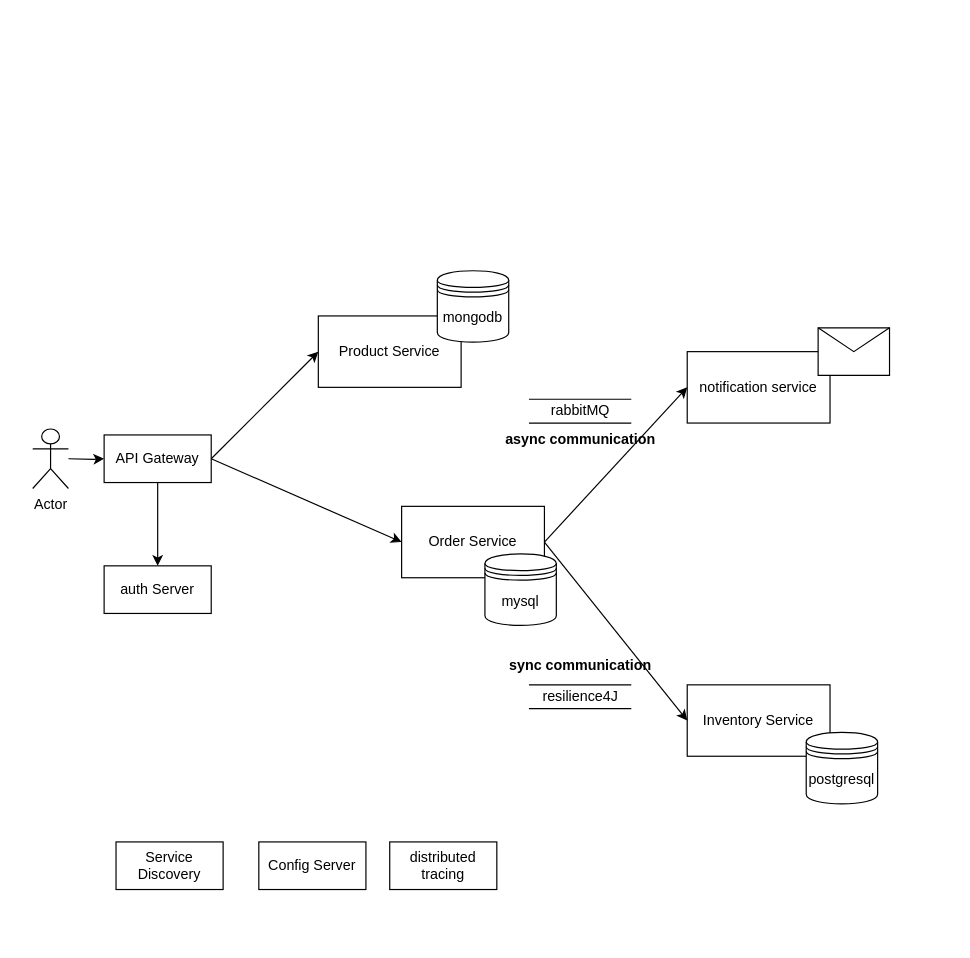
Earlier version of the draw.io diagram poc_microservice.drawio (shreeram09/example_repo). Source tidied: cells renumbered, new cells numbered last; positions are measured from the earlier drawing's top-left corner, leaving out a move shared by most shapes. Both pictures are drawn from the tidied source at 119%, with x=0, y=0 at pixel (32, 270).
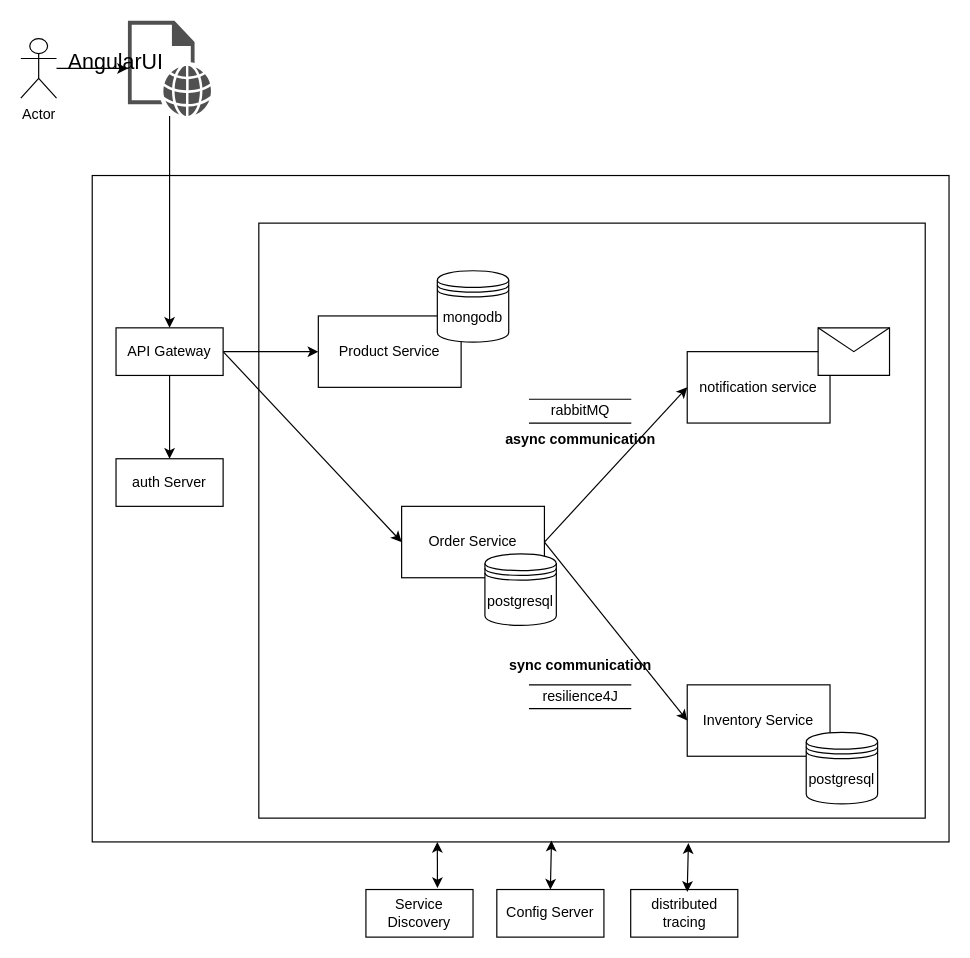
The same diagram, later.

What changed in the source:
```diff
@@
-    <mxCell id="2" style="edgeStyle=orthogonalEdgeStyle;rounded=0;jettySize=auto;html=1;" parent="1" edge="1" target="5">
-      <mxGeometry relative="1" as="geometry">
-        <mxPoint x="30" y="158" as="sourcePoint" />
-      </mxGeometry>
-    </mxCell>
+    <mxCell id="26" style="rounded=0;whiteSpace=wrap;html=1;" parent="1" vertex="1">
+      <mxGeometry x="50" y="-80" width="720" height="560" as="geometry" />
+    </mxCell>
+    <mxCell id="27" style="rounded=0;whiteSpace=wrap;html=1;" parent="1" vertex="1">
+      <mxGeometry x="190" y="-40" width="560" height="500" as="geometry" />
+    </mxCell>
+    <mxCell id="28" style="edgeStyle=orthogonalEdgeStyle;rounded=0;jettySize=auto;html=1;" parent="1" edge="1" source="3" target="29">
+      <mxGeometry relative="1" as="geometry" />
+    </mxCell>
     <mxCell id="3" value="Actor" style="shape=umlActor;verticalLabelPosition=bottom;verticalAlign=top;html=1;outlineConnect=0;" parent="1" vertex="1">
-      <mxGeometry y="133" width="30" height="50" as="geometry" />
+      <mxGeometry x="-10" y="-195" width="30" height="50" as="geometry" />
     </mxCell>
@@
-    <mxCell id="5" value="API Gateway" style="rounded=0;whiteSpace=wrap;html=1;" parent="1" vertex="1">
-      <mxGeometry x="60" y="138" width="90" height="40" as="geometry" />
-    </mxCell>
@@
-    <mxCell id="15" value="mysql" style="shape=datastore;whiteSpace=wrap;html=1;" parent="1" vertex="1">
+    <mxCell id="15" value="postgresql" style="shape=datastore;whiteSpace=wrap;html=1;" parent="1" vertex="1">
       <mxGeometry x="380" y="238" width="60" height="60" as="geometry" />
     </mxCell>
@@
     <mxCell id="22" value="auth Server" style="rounded=0;whiteSpace=wrap;html=1;" parent="1" vertex="1">
-      <mxGeometry x="60" y="248" width="90" height="40" as="geometry" />
+      <mxGeometry x="70" y="158" width="90" height="40" as="geometry" />
     </mxCell>
     <mxCell id="23" value="Service Discovery" style="rounded=0;whiteSpace=wrap;html=1;" parent="1" vertex="1">
-      <mxGeometry x="70" y="480" width="90" height="40" as="geometry" />
+      <mxGeometry x="280" y="520" width="90" height="40" as="geometry" />
     </mxCell>
     <mxCell id="24" value="Config Server" style="rounded=0;whiteSpace=wrap;html=1;" parent="1" vertex="1">
-      <mxGeometry x="190" y="480" width="90" height="40" as="geometry" />
+      <mxGeometry x="390" y="520" width="90" height="40" as="geometry" />
     </mxCell>
     <mxCell id="25" value="distributed tracing" style="rounded=0;whiteSpace=wrap;html=1;" parent="1" vertex="1">
-      <mxGeometry x="300" y="480" width="90" height="40" as="geometry" />
+      <mxGeometry x="502.5" y="520" width="90" height="40" as="geometry" />
     </mxCell>
+    <mxCell id="29" style="sketch=0;shadow=0;dashed=0;html=1;strokeColor=none;fillColor=#505050;labelPosition=center;verticalLabelPosition=bottom;verticalAlign=top;outlineConnect=0;align=center;shape=mxgraph.office.concepts.web_page;" parent="1" vertex="1">
+      <mxGeometry x="80" y="-210" width="70" height="80" as="geometry" />
+    </mxCell>
+    <mxCell id="30" value="&lt;font style=&quot;font-size: 18px;&quot;&gt;AngularUI&lt;/font&gt;" style="text;html=1;strokeColor=none;fillColor=none;align=center;verticalAlign=middle;whiteSpace=wrap;rounded=0;" parent="1" vertex="1">
+      <mxGeometry y="-200" width="140" height="50" as="geometry" />
+    </mxCell>
+    <mxCell id="31" style="edgeStyle=orthogonalEdgeStyle;rounded=0;jettySize=auto;html=1;" parent="1" edge="1" source="29" target="5">
+      <mxGeometry relative="1" as="geometry" />
+    </mxCell>
+    <mxCell id="5" value="API Gateway" style="rounded=0;whiteSpace=wrap;html=1;" parent="1" vertex="1">
+      <mxGeometry x="70" y="48" width="90" height="40" as="geometry" />
+    </mxCell>
+    <mxCell id="32" style="endArrow=classic;startArrow=classic;html=1;rounded=0;exitX=0.668;exitY=-0.031;exitDx=0;exitDy=0;exitPerimeter=0;" parent="1" edge="1" source="23">
+      <mxGeometry relative="1" as="geometry">
+        <mxPoint x="340" y="480" as="targetPoint" />
+      </mxGeometry>
+    </mxCell>
+    <mxCell id="33" style="endArrow=classic;startArrow=classic;html=1;rounded=0;exitX=0.5;exitY=0;exitDx=0;exitDy=0;entryX=0.536;entryY=0.998;entryDx=0;entryDy=0;entryPerimeter=0;" parent="1" edge="1" source="24" target="26">
+      <mxGeometry relative="1" as="geometry" />
+    </mxCell>
+    <mxCell id="34" style="endArrow=classic;startArrow=classic;html=1;rounded=0;exitX=0.5;exitY=0;exitDx=0;exitDy=0;entryX=0.536;entryY=0.998;entryDx=0;entryDy=0;entryPerimeter=0;" parent="1" edge="1">
+      <mxGeometry relative="1" as="geometry">
+        <mxPoint x="550" y="522" as="sourcePoint" />
+        <mxPoint x="551" y="481" as="targetPoint" />
+      </mxGeometry>
+    </mxCell>
```
